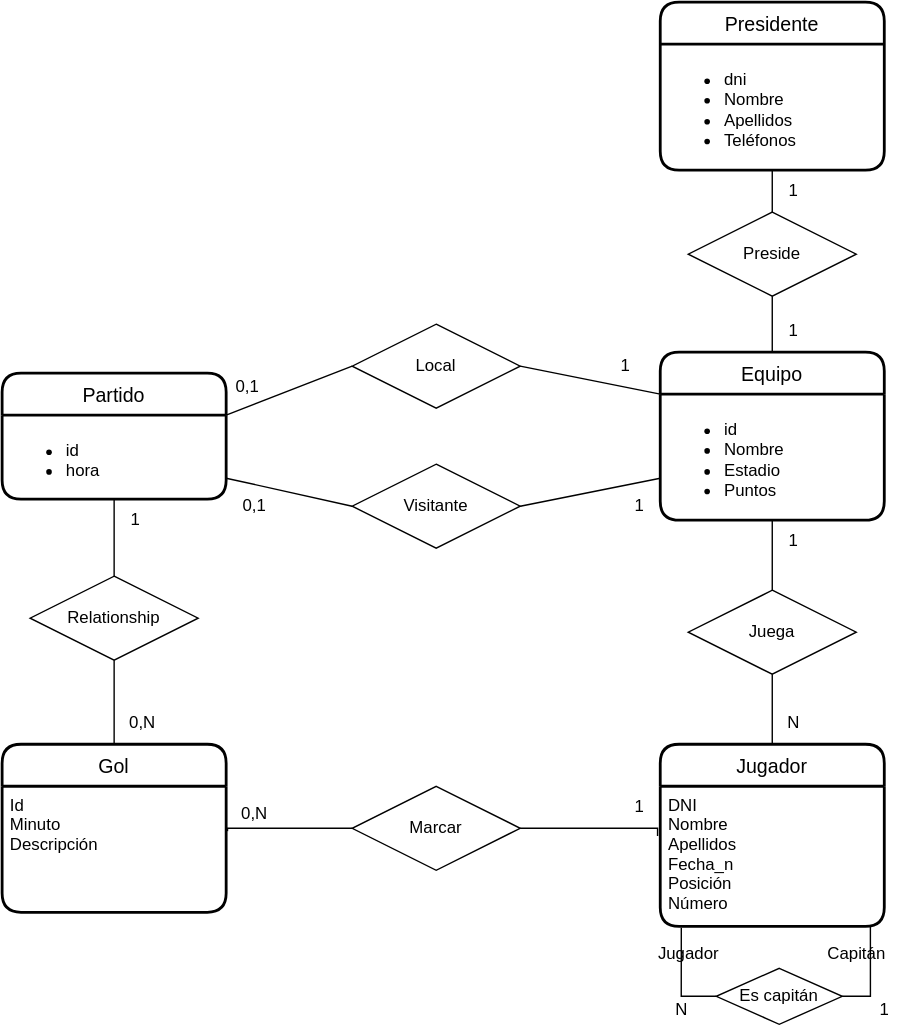
Jimxx22/C3-UD11-UML keeps this draw.io diagram as UD12-10.svg. Above is the earlier version. Source tidied: cells renumbered, new cells last; positions are measured from the earlier drawing's top-left corner, leaving out a move shared by most shapes.
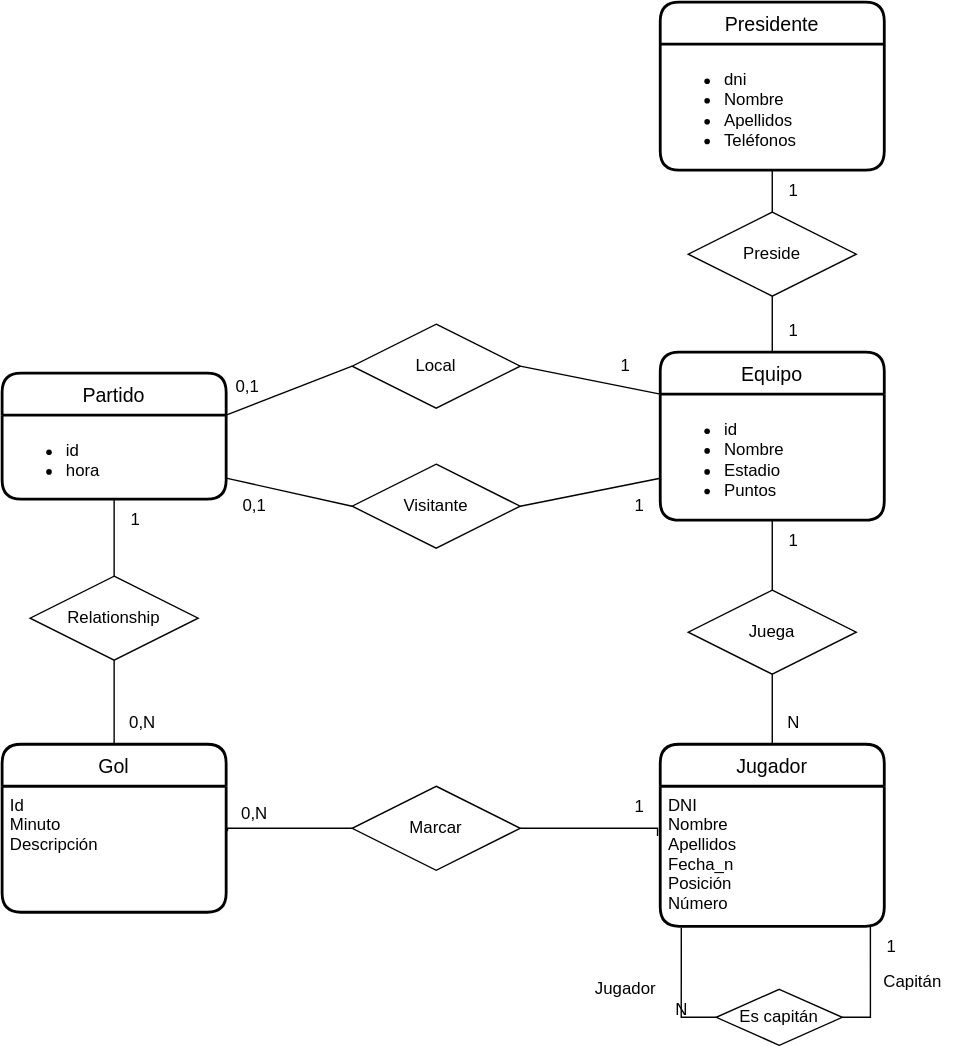
The same diagram one commit later.

What changed in the source:
```diff
@@ -1,4 +1,4 @@
-<mxGraphModel>
+<mxGraphModel background="#ffffff">
   <root>
     <mxCell id="0" />
     <mxCell id="1" parent="0" />
@@ -38,19 +38,19 @@
     <mxCell id="13" style="edgeStyle=orthogonalEdgeStyle;rounded=0;jettySize=auto;html=1;exitX=0;exitY=0.5;exitDx=0;exitDy=0;entryX=0.094;entryY=1.011;entryDx=0;entryDy=0;entryPerimeter=0;endArrow=none;endFill=0;" parent="1" edge="1" source="15" target="4">
       <mxGeometry relative="1" as="geometry">
         <Array as="points">
-          <mxPoint x="485" y="710" />
+          <mxPoint x="485" y="725" />
         </Array>
       </mxGeometry>
     </mxCell>
     <mxCell id="14" style="edgeStyle=orthogonalEdgeStyle;rounded=0;jettySize=auto;html=1;exitX=1;exitY=0.5;exitDx=0;exitDy=0;entryX=0.938;entryY=1;entryDx=0;entryDy=0;entryPerimeter=0;endArrow=none;endFill=0;" parent="1" edge="1" source="15" target="4">
       <mxGeometry relative="1" as="geometry">
         <Array as="points">
-          <mxPoint x="620" y="710" />
+          <mxPoint x="620" y="725" />
         </Array>
       </mxGeometry>
     </mxCell>
     <mxCell id="15" value="Es capitán" style="shape=rhombus;perimeter=rhombusPerimeter;whiteSpace=wrap;html=1;align=center;" parent="1" vertex="1">
-      <mxGeometry x="510" y="690" width="90" height="40" as="geometry" />
+      <mxGeometry x="510" y="705" width="90" height="40" as="geometry" />
     </mxCell>
     <mxCell id="16" style="edgeStyle=orthogonalEdgeStyle;rounded=0;jettySize=auto;html=1;exitX=1;exitY=0.5;exitDx=0;exitDy=0;entryX=-0.012;entryY=0.356;entryDx=0;entryDy=0;entryPerimeter=0;endArrow=none;endFill=0;" parent="1" edge="1" source="18" target="4">
       <mxGeometry relative="1" as="geometry">
@@ -129,20 +129,20 @@
     <mxCell id="38" value="0,N" style="text;html=1;align=center;verticalAlign=middle;strokeColor=none;fillColor=none;" parent="1" vertex="1">
       <mxGeometry x="80" y="500" width="40" height="30" as="geometry" />
     </mxCell>
-    <mxCell id="39" value="Jugador" style="text;html=1;align=center;verticalAlign=middle;strokeColor=none;fillColor=none;" parent="1" vertex="1">
-      <mxGeometry x="455" y="665" width="70" height="30" as="geometry" />
+    <mxCell id="39" value="Jugador" style="text;html=1;align=center;verticalAlign=middle;strokeColor=none;fillColor=none;rotation=0;" parent="1" vertex="1">
+      <mxGeometry x="410" y="690" width="70" height="30" as="geometry" />
     </mxCell>
     <mxCell id="40" value="1" style="text;html=1;align=center;verticalAlign=middle;strokeColor=none;fillColor=none;" parent="1" vertex="1">
       <mxGeometry x="430" y="245" width="30" height="30" as="geometry" />
     </mxCell>
     <mxCell id="41" value="Capitán" style="text;html=1;align=center;verticalAlign=middle;strokeColor=none;fillColor=none;" parent="1" vertex="1">
-      <mxGeometry x="580" y="665" width="60" height="30" as="geometry" />
+      <mxGeometry x="620" y="685" width="60" height="30" as="geometry" />
     </mxCell>
     <mxCell id="42" value="1" style="text;html=1;align=center;verticalAlign=middle;strokeColor=none;fillColor=none;" parent="1" vertex="1">
       <mxGeometry x="440" y="345" width="30" height="30" as="geometry" />
     </mxCell>
     <mxCell id="43" value="1" style="text;html=1;align=center;verticalAlign=middle;strokeColor=none;fillColor=none;" parent="1" vertex="1">
-      <mxGeometry x="615" y="705" width="30" height="30" as="geometry" />
+      <mxGeometry x="620" y="660" width="30" height="30" as="geometry" />
     </mxCell>
     <mxCell id="44" value="0,1" style="text;html=1;align=center;verticalAlign=middle;strokeColor=none;fillColor=none;" parent="1" vertex="1">
       <mxGeometry x="155" y="260" width="40" height="30" as="geometry" />
```
